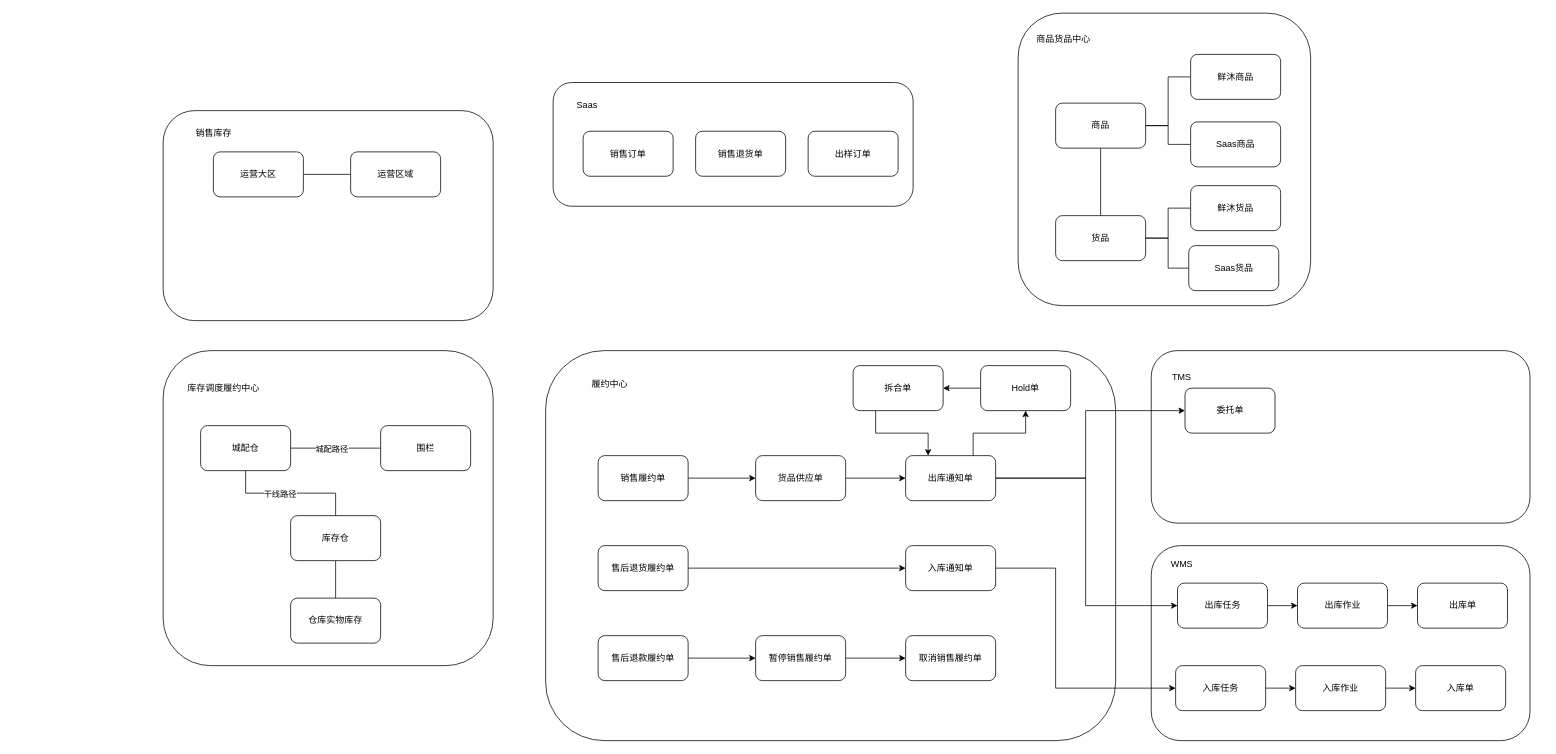
The draw.io diagram draw.io/全渠道供应技术方案.drawio in zzqfsy/zzqfsy.github.io, before the edit. Source tidied: cells renumbered, new cells numbered last; positions are measured from the earlier drawing's top-left corner, leaving out a move shared by most shapes. Both pictures are drawn from the tidied source at 75%, with x=0, y=0 at pixel (163, 13).
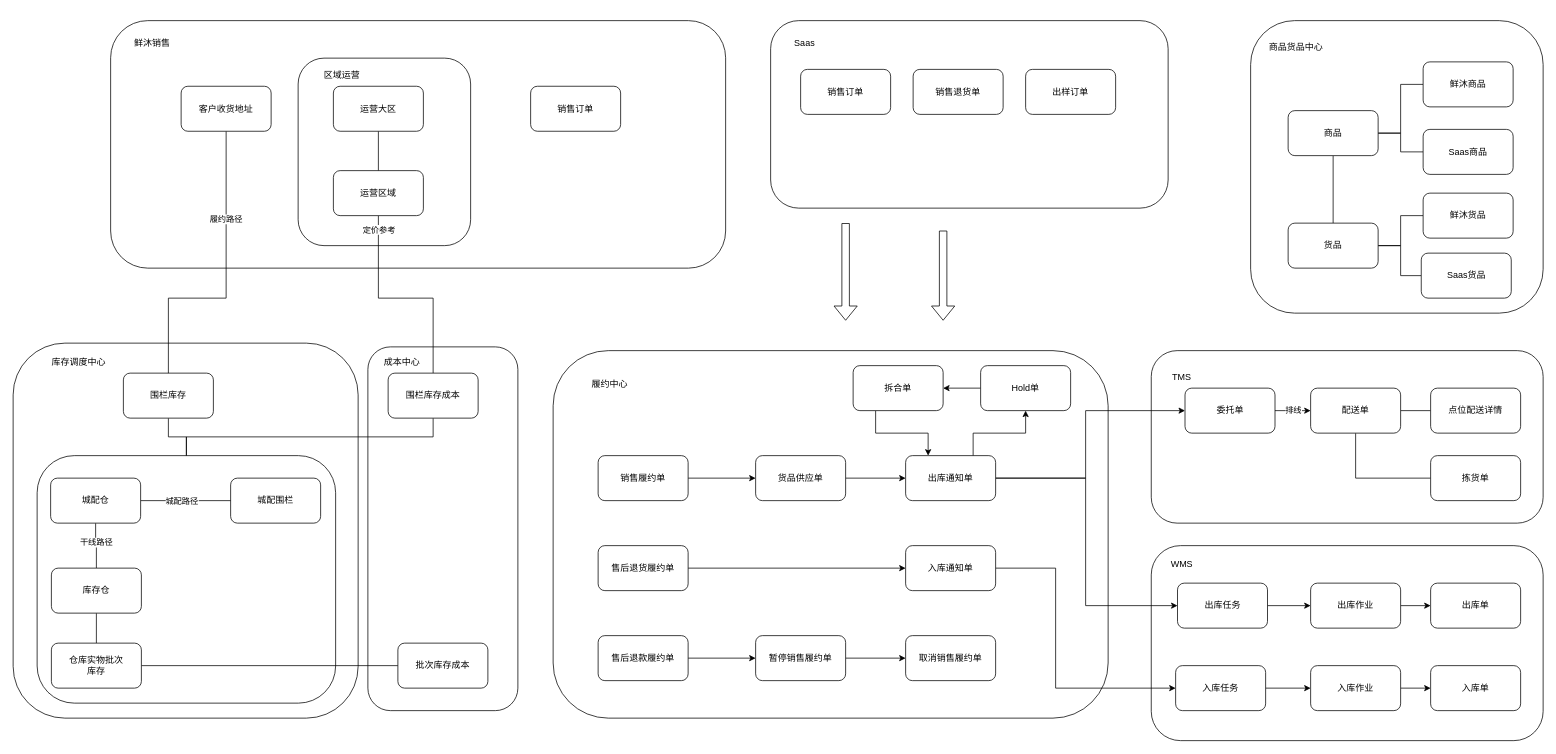
The same page after the edit.

Commit message (it also covers changes not shown here):
更新全渠道供应技术方案.drawio

The change refers to these unchanged cells:
```xml
<mxCell id="69" value="委托单" style="rounded=1;whiteSpace=wrap;html=1;" parent="1" vertex="1">
  <mxGeometry x="1362.5" y="500" width="120" height="60" as="geometry" />
</mxCell>
```

What changed in the source:
```diff
@@
+    <mxCell id="3" style="rounded=1;whiteSpace=wrap;html=1;" parent="1" vertex="1">
+      <mxGeometry x="-70" y="10" width="820" height="330" as="geometry" />
+    </mxCell>
+    <mxCell id="74" style="rounded=1;whiteSpace=wrap;html=1;" parent="1" vertex="1">
+      <mxGeometry x="180" y="60" width="230" height="250" as="geometry" />
+    </mxCell>
+    <mxCell id="75" style="rounded=1;whiteSpace=wrap;html=1;" parent="1" vertex="1">
+      <mxGeometry x="273" y="445" width="200" height="485" as="geometry" />
+    </mxCell>
+    <mxCell id="4" style="rounded=1;whiteSpace=wrap;html=1;" parent="1" vertex="1">
+      <mxGeometry x="-200" y="440" width="460" height="500" as="geometry" />
+    </mxCell>
+    <mxCell id="76" style="edgeStyle=orthogonalEdgeStyle;rounded=0;jettySize=auto;html=1;exitX=0.5;exitY=0;exitDx=0;exitDy=0;endArrow=none;endFill=0;" parent="1" edge="1" source="77" target="82">
+      <mxGeometry relative="1" as="geometry" />
+    </mxCell>
+    <mxCell id="77" style="rounded=1;whiteSpace=wrap;html=1;" parent="1" vertex="1">
+      <mxGeometry x="-168" y="590" width="398" height="330" as="geometry" />
+    </mxCell>
     <mxCell id="2" style="rounded=1;whiteSpace=wrap;html=1;" parent="1" vertex="1">
-      <mxGeometry x="1317.5" y="450" width="505" height="230" as="geometry" />
+      <mxGeometry x="1317.5" y="450" width="522.5" height="230" as="geometry" />
     </mxCell>
-    <mxCell id="3" style="rounded=1;whiteSpace=wrap;html=1;" parent="1" vertex="1">
-      <mxGeometry y="130" width="440" height="280" as="geometry" />
-    </mxCell>
-    <mxCell id="4" style="rounded=1;whiteSpace=wrap;html=1;" parent="1" vertex="1">
-      <mxGeometry y="450" width="440" height="420" as="geometry" />
-    </mxCell>
     <mxCell id="5" style="rounded=1;whiteSpace=wrap;html=1;" parent="1" vertex="1">
-      <mxGeometry x="1140" width="390" height="390" as="geometry" />
+      <mxGeometry x="1450" y="10" width="390" height="390" as="geometry" />
     </mxCell>
     <mxCell id="6" style="rounded=1;whiteSpace=wrap;html=1;" parent="1" vertex="1">
-      <mxGeometry x="520" y="92.5" width="480" height="165" as="geometry" />
+      <mxGeometry x="810" y="10" width="530" height="250" as="geometry" />
     </mxCell>
     <mxCell id="7" style="rounded=1;whiteSpace=wrap;html=1;" parent="1" vertex="1">
-      <mxGeometry x="1317.5" y="710" width="505" height="260" as="geometry" />
+      <mxGeometry x="1317.5" y="710" width="522.5" height="260" as="geometry" />
     </mxCell>
     <mxCell id="8" style="rounded=1;whiteSpace=wrap;html=1;" parent="1" vertex="1">
-      <mxGeometry x="510" y="450" width="760" height="520" as="geometry" />
+      <mxGeometry x="520" y="450" width="740" height="490" as="geometry" />
     </mxCell>
@@
     <mxCell id="29" value="出库单" style="rounded=1;whiteSpace=wrap;html=1;" parent="1" vertex="1">
-      <mxGeometry x="1672.5" y="760" width="120" height="60" as="geometry" />
+      <mxGeometry x="1690" y="760" width="120" height="60" as="geometry" />
     </mxCell>
@@
     <mxCell id="31" value="出库作业" style="rounded=1;whiteSpace=wrap;html=1;" parent="1" vertex="1">
-      <mxGeometry x="1512.5" y="760" width="120" height="60" as="geometry" />
+      <mxGeometry x="1530" y="760" width="120" height="60" as="geometry" />
     </mxCell>
@@
     <mxCell id="33" value="入库作业" style="rounded=1;whiteSpace=wrap;html=1;" parent="1" vertex="1">
-      <mxGeometry x="1510" y="870" width="120" height="60" as="geometry" />
+      <mxGeometry x="1530" y="870" width="120" height="60" as="geometry" />
     </mxCell>
     <mxCell id="34" value="入库单" style="rounded=1;whiteSpace=wrap;html=1;" parent="1" vertex="1">
-      <mxGeometry x="1670" y="870" width="120" height="60" as="geometry" />
+      <mxGeometry x="1690" y="870" width="120" height="60" as="geometry" />
     </mxCell>
@@
     <mxCell id="38" value="商品" style="rounded=1;whiteSpace=wrap;html=1;" parent="1" vertex="1">
-      <mxGeometry x="1190" y="120" width="120" height="60" as="geometry" />
+      <mxGeometry x="1500" y="130" width="120" height="60" as="geometry" />
     </mxCell>
@@
     <mxCell id="40" style="edgeStyle=orthogonalEdgeStyle;rounded=0;jettySize=auto;html=1;exitX=1;exitY=0.5;exitDx=0;exitDy=0;endArrow=none;endFill=0;" parent="1" edge="1" source="41" target="72">
       <mxGeometry relative="1" as="geometry">
         <Array as="points">
-          <mxPoint x="1340" y="300" />
-          <mxPoint x="1340" y="340" />
+          <mxPoint x="1650" y="310" />
+          <mxPoint x="1650" y="350" />
         </Array>
       </mxGeometry>
     </mxCell>
     <mxCell id="41" value="货品" style="rounded=1;whiteSpace=wrap;html=1;" parent="1" vertex="1">
-      <mxGeometry x="1190" y="270" width="120" height="60" as="geometry" />
+      <mxGeometry x="1500" y="280" width="120" height="60" as="geometry" />
     </mxCell>
@@
+    <mxCell id="78" style="edgeStyle=orthogonalEdgeStyle;rounded=0;jettySize=auto;html=1;exitX=1;exitY=0.5;exitDx=0;exitDy=0;endArrow=none;endFill=0;" parent="1" edge="1" source="43" target="83">
+      <mxGeometry relative="1" as="geometry" />
+    </mxCell>
-    <mxCell id="43" value="仓库实物库存" style="rounded=1;whiteSpace=wrap;html=1;" parent="1" vertex="1">
-      <mxGeometry x="170" y="780" width="120" height="60" as="geometry" />
+    <mxCell id="43" value="仓库实物批次&lt;br&gt;库存" style="rounded=1;whiteSpace=wrap;html=1;" parent="1" vertex="1">
+      <mxGeometry x="-149" y="840" width="120" height="60" as="geometry" />
     </mxCell>
     <mxCell id="44" value="销售订单" style="rounded=1;whiteSpace=wrap;html=1;" parent="1" vertex="1">
-      <mxGeometry x="560" y="157.5" width="120" height="60" as="geometry" />
+      <mxGeometry x="850" y="75" width="120" height="60" as="geometry" />
     </mxCell>
     <mxCell id="45" value="Saas" style="text;html=1;align=center;verticalAlign=middle;strokeColor=none;fillColor=none;" parent="1" vertex="1">
-      <mxGeometry x="540" y="107.5" width="50" height="30" as="geometry" />
+      <mxGeometry x="830" y="25" width="50" height="30" as="geometry" />
     </mxCell>
     <mxCell id="46" value="销售退货单" style="rounded=1;whiteSpace=wrap;html=1;" parent="1" vertex="1">
-      <mxGeometry x="710" y="157.5" width="120" height="60" as="geometry" />
+      <mxGeometry x="1000" y="75" width="120" height="60" as="geometry" />
     </mxCell>
     <mxCell id="47" value="出样订单" style="rounded=1;whiteSpace=wrap;html=1;" parent="1" vertex="1">
-      <mxGeometry x="860" y="157.5" width="120" height="60" as="geometry" />
+      <mxGeometry x="1150" y="75" width="120" height="60" as="geometry" />
     </mxCell>
     <mxCell id="48" value="商品货品中心" style="text;html=1;align=center;verticalAlign=middle;strokeColor=none;fillColor=none;" parent="1" vertex="1">
-      <mxGeometry x="1150" y="20" width="100" height="30" as="geometry" />
+      <mxGeometry x="1460" y="30" width="100" height="30" as="geometry" />
     </mxCell>
-    <mxCell id="49" value="库存调度履约中心" style="text;html=1;align=center;verticalAlign=middle;strokeColor=none;fillColor=none;" parent="1" vertex="1">
-      <mxGeometry x="20" y="485" width="120" height="30" as="geometry" />
+    <mxCell id="49" value="库存调度中心" style="text;html=1;align=center;verticalAlign=middle;strokeColor=none;fillColor=none;" parent="1" vertex="1">
+      <mxGeometry x="-163" y="450" width="100" height="30" as="geometry" />
     </mxCell>
-    <mxCell id="50" value="围栏" style="rounded=1;whiteSpace=wrap;html=1;" parent="1" vertex="1">
-      <mxGeometry x="290" y="550" width="120" height="60" as="geometry" />
+    <mxCell id="50" value="城配围栏" style="rounded=1;whiteSpace=wrap;html=1;" parent="1" vertex="1">
+      <mxGeometry x="90" y="620" width="120" height="60" as="geometry" />
     </mxCell>
@@
     <mxCell id="53" value="库存仓" style="rounded=1;whiteSpace=wrap;html=1;" parent="1" vertex="1">
-      <mxGeometry x="170" y="670" width="120" height="60" as="geometry" />
+      <mxGeometry x="-149" y="740" width="120" height="60" as="geometry" />
     </mxCell>
@@
     <mxCell id="56" value="城配仓" style="rounded=1;whiteSpace=wrap;html=1;" parent="1" vertex="1">
-      <mxGeometry x="50" y="550" width="120" height="60" as="geometry" />
+      <mxGeometry x="-150" y="620" width="120" height="60" as="geometry" />
     </mxCell>
-    <mxCell id="57" style="edgeStyle=orthogonalEdgeStyle;rounded=0;jettySize=auto;html=1;exitX=1;exitY=0.5;exitDx=0;exitDy=0;endArrow=none;endFill=0;" parent="1" edge="1" source="58" target="59">
+    <mxCell id="57" style="edgeStyle=orthogonalEdgeStyle;rounded=0;jettySize=auto;html=1;exitX=0.5;exitY=1;exitDx=0;exitDy=0;endArrow=none;endFill=0;" parent="1" edge="1" source="58" target="59">
       <mxGeometry relative="1" as="geometry" />
     </mxCell>
     <mxCell id="58" value="运营大区" style="rounded=1;whiteSpace=wrap;html=1;" parent="1" vertex="1">
-      <mxGeometry x="67" y="185" width="120" height="60" as="geometry" />
+      <mxGeometry x="227" y="97.5" width="120" height="60" as="geometry" />
     </mxCell>
+    <mxCell id="79" style="edgeStyle=orthogonalEdgeStyle;rounded=0;jettySize=auto;html=1;exitX=0.5;exitY=1;exitDx=0;exitDy=0;endArrow=none;endFill=0;" parent="1" edge="1" source="59" target="82">
+      <mxGeometry relative="1" as="geometry">
+        <Array as="points">
+          <mxPoint x="287" y="380" />
+          <mxPoint x="360" y="380" />
+        </Array>
+      </mxGeometry>
+    </mxCell>
+    <mxCell id="80" value="定价参考" style="edgeLabel;html=1;align=center;verticalAlign=middle;" parent="79" vertex="1">
+      <mxGeometry x="-0.72" y="1" relative="1" as="geometry">
+        <mxPoint x="-1" y="-22" as="offset" />
+      </mxGeometry>
+    </mxCell>
     <mxCell id="59" value="运营区域" style="rounded=1;whiteSpace=wrap;html=1;" parent="1" vertex="1">
-      <mxGeometry x="250" y="185" width="120" height="60" as="geometry" />
+      <mxGeometry x="227" y="210" width="120" height="60" as="geometry" />
     </mxCell>
-    <mxCell id="60" value="销售库存" style="text;html=1;align=center;verticalAlign=middle;strokeColor=none;fillColor=none;" parent="1" vertex="1">
-      <mxGeometry x="32" y="145" width="70" height="30" as="geometry" />
+    <mxCell id="60" value="鲜沐销售" style="text;html=1;align=center;verticalAlign=middle;strokeColor=none;fillColor=none;" parent="1" vertex="1">
+      <mxGeometry x="-50" y="25" width="70" height="30" as="geometry" />
     </mxCell>
@@
+    <mxCell id="81" value="排线" style="edgeStyle=orthogonalEdgeStyle;rounded=0;jettySize=auto;html=1;exitX=1;exitY=0.5;exitDx=0;exitDy=0;endArrow=classic;endFill=1;" parent="1" edge="1" source="69" target="91">
+      <mxGeometry relative="1" as="geometry" />
+    </mxCell>
@@
     <mxCell id="70" value="鲜沐商品" style="rounded=1;whiteSpace=wrap;html=1;" parent="1" vertex="1">
-      <mxGeometry x="1370" y="55" width="120" height="60" as="geometry" />
+      <mxGeometry x="1680" y="65" width="120" height="60" as="geometry" />
     </mxCell>
     <mxCell id="71" value="Saas商品" style="rounded=1;whiteSpace=wrap;html=1;" parent="1" vertex="1">
-      <mxGeometry x="1370" y="145" width="120" height="60" as="geometry" />
+      <mxGeometry x="1680" y="155" width="120" height="60" as="geometry" />
     </mxCell>
     <mxCell id="72" value="Saas货品" style="rounded=1;whiteSpace=wrap;html=1;" parent="1" vertex="1">
-      <mxGeometry x="1367.5" y="310" width="120" height="60" as="geometry" />
+      <mxGeometry x="1677.5" y="320" width="120" height="60" as="geometry" />
     </mxCell>
     <mxCell id="73" value="鲜沐货品" style="rounded=1;whiteSpace=wrap;html=1;" parent="1" vertex="1">
-      <mxGeometry x="1370" y="230" width="120" height="60" as="geometry" />
+      <mxGeometry x="1680" y="240" width="120" height="60" as="geometry" />
     </mxCell>
+    <mxCell id="82" value="围栏库存成本" style="rounded=1;whiteSpace=wrap;html=1;" parent="1" vertex="1">
+      <mxGeometry x="300" y="480" width="120" height="60" as="geometry" />
+    </mxCell>
+    <mxCell id="83" value="批次库存成本" style="rounded=1;whiteSpace=wrap;html=1;" parent="1" vertex="1">
+      <mxGeometry x="313" y="840" width="120" height="60" as="geometry" />
+    </mxCell>
+    <mxCell id="84" style="edgeStyle=orthogonalEdgeStyle;rounded=0;jettySize=auto;html=1;exitX=0.5;exitY=1;exitDx=0;exitDy=0;endArrow=none;endFill=0;" parent="1" edge="1" source="85" target="77">
+      <mxGeometry relative="1" as="geometry" />
+    </mxCell>
+    <mxCell id="85" value="围栏库存" style="rounded=1;whiteSpace=wrap;html=1;" parent="1" vertex="1">
+      <mxGeometry x="-53" y="480" width="120" height="60" as="geometry" />
+    </mxCell>
+    <mxCell id="86" value="成本中心" style="text;html=1;align=center;verticalAlign=middle;strokeColor=none;fillColor=none;" parent="1" vertex="1">
+      <mxGeometry x="283" y="450" width="70" height="30" as="geometry" />
+    </mxCell>
+    <mxCell id="87" value="履约路径" style="edgeStyle=orthogonalEdgeStyle;rounded=0;jettySize=auto;html=1;exitX=0.5;exitY=1;exitDx=0;exitDy=0;endArrow=none;endFill=0;" parent="1" edge="1" source="88" target="85">
+      <mxGeometry x="-0.41" relative="1" as="geometry">
+        <Array as="points">
+          <mxPoint x="84" y="380" />
+          <mxPoint x="7" y="380" />
+        </Array>
+        <mxPoint y="-1" as="offset" />
+      </mxGeometry>
+    </mxCell>
+    <mxCell id="88" value="客户收货地址" style="rounded=1;whiteSpace=wrap;html=1;" parent="1" vertex="1">
+      <mxGeometry x="24" y="97.5" width="120" height="60" as="geometry" />
+    </mxCell>
+    <mxCell id="89" style="edgeStyle=orthogonalEdgeStyle;rounded=0;jettySize=auto;html=1;exitX=1;exitY=0.5;exitDx=0;exitDy=0;endArrow=none;endFill=0;" parent="1" edge="1" source="91" target="92">
+      <mxGeometry relative="1" as="geometry" />
+    </mxCell>
+    <mxCell id="90" style="edgeStyle=orthogonalEdgeStyle;rounded=0;jettySize=auto;html=1;exitX=0.5;exitY=1;exitDx=0;exitDy=0;entryX=0;entryY=0.5;entryDx=0;entryDy=0;endArrow=none;endFill=0;" parent="1" edge="1" source="91" target="93">
+      <mxGeometry relative="1" as="geometry" />
+    </mxCell>
+    <mxCell id="91" value="配送单" style="rounded=1;whiteSpace=wrap;html=1;" parent="1" vertex="1">
+      <mxGeometry x="1530" y="500" width="120" height="60" as="geometry" />
+    </mxCell>
+    <mxCell id="92" value="点位配送详情" style="rounded=1;whiteSpace=wrap;html=1;" parent="1" vertex="1">
+      <mxGeometry x="1690" y="500" width="120" height="60" as="geometry" />
+    </mxCell>
+    <mxCell id="93" value="拣货单" style="rounded=1;whiteSpace=wrap;html=1;" parent="1" vertex="1">
+      <mxGeometry x="1690" y="590" width="120" height="60" as="geometry" />
+    </mxCell>
+    <mxCell id="94" style="shape=flexArrow;endArrow=classic;html=1;rounded=0;" parent="1" edge="1">
+      <mxGeometry relative="1" as="geometry">
+        <mxPoint x="910" y="280" as="sourcePoint" />
+        <mxPoint x="910" y="410" as="targetPoint" />
+      </mxGeometry>
+    </mxCell>
+    <mxCell id="95" style="shape=flexArrow;endArrow=classic;html=1;rounded=0;" parent="1" edge="1">
+      <mxGeometry relative="1" as="geometry">
+        <mxPoint x="1040" y="290" as="sourcePoint" />
+        <mxPoint x="1040" y="410" as="targetPoint" />
+      </mxGeometry>
+    </mxCell>
+    <mxCell id="96" value="销售订单" style="rounded=1;whiteSpace=wrap;html=1;" parent="1" vertex="1">
+      <mxGeometry x="490" y="97.5" width="120" height="60" as="geometry" />
+    </mxCell>
+    <mxCell id="97" value="区域运营" style="text;html=1;align=center;verticalAlign=middle;strokeColor=none;fillColor=none;" parent="1" vertex="1">
+      <mxGeometry x="203" y="67.5" width="70" height="30" as="geometry" />
+    </mxCell>
```
